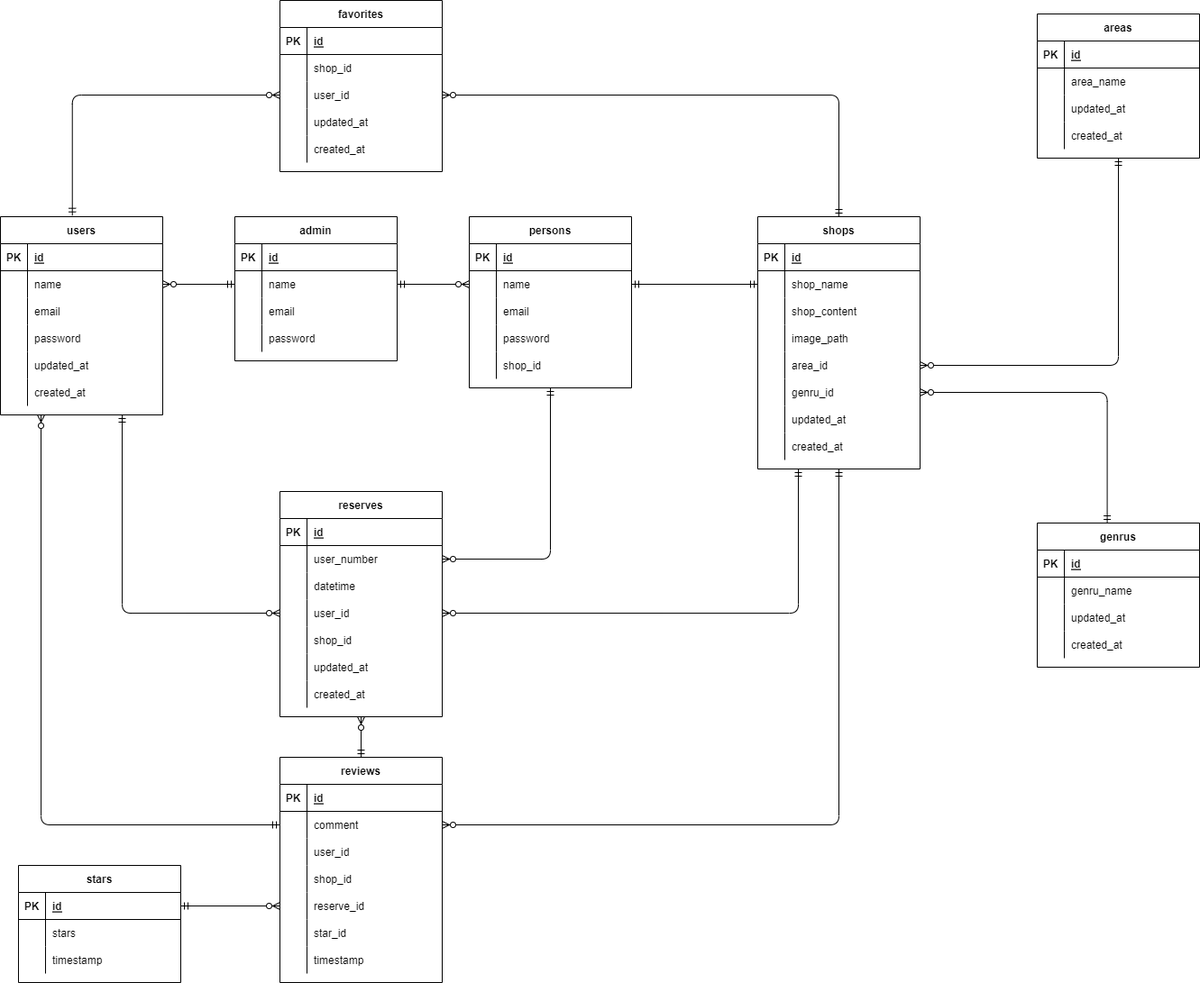
Before: index.drawio.png, a diagram exported from draw.io (tatsumaki0301/Personalpj). Source tidied: cells renumbered, new cells last; positions are measured from the earlier drawing's top-left corner, leaving out a move shared by most shapes.
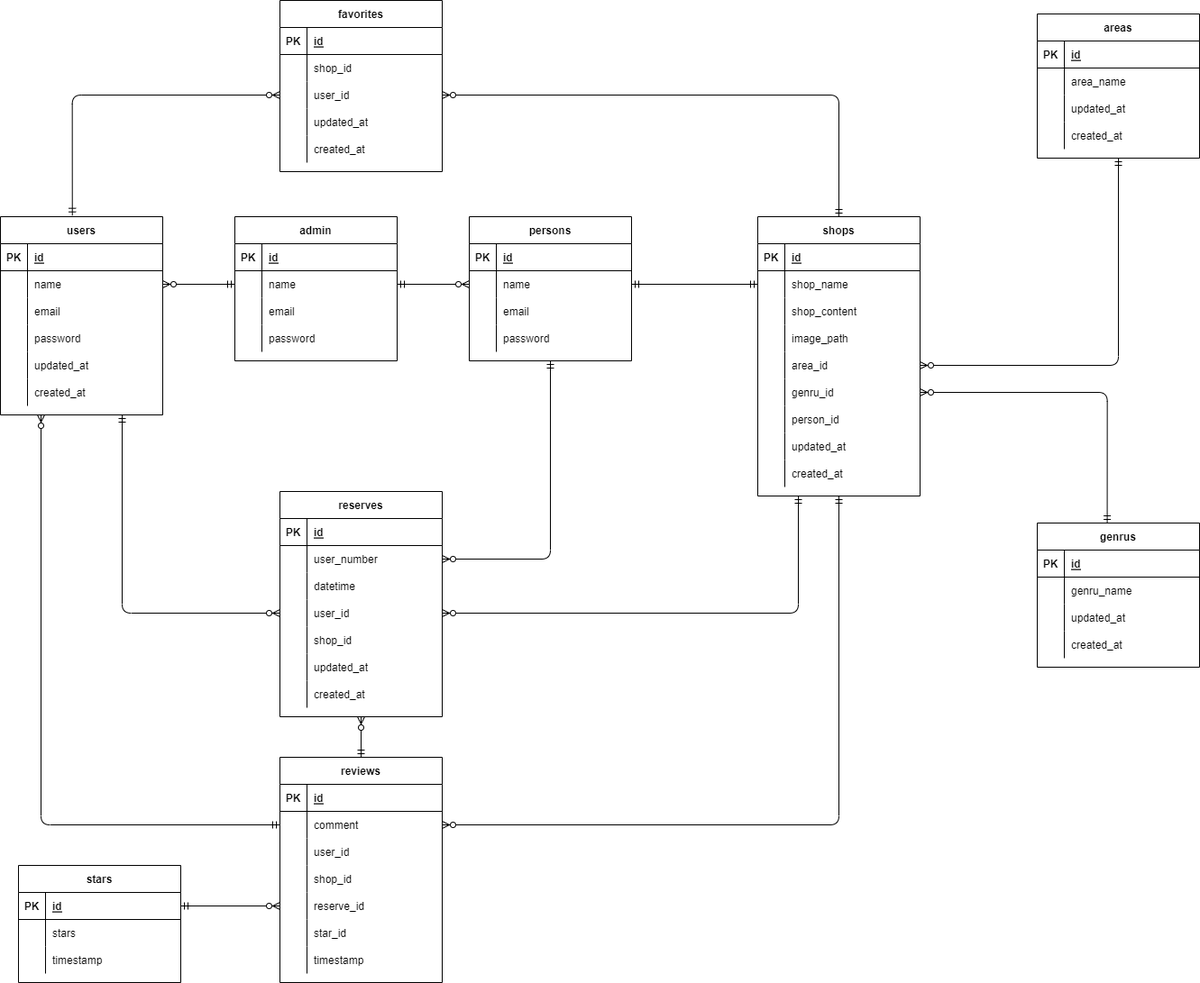
The same diagram one commit later.

The edit, as a diff of the source:
```diff
@@ -60,7 +60,7 @@
       <mxGeometry x="30" width="150" height="30" as="geometry" />
     </mxCell>
     <mxCell id="21" value="shops" style="shape=table;startSize=30;rowLines=0;fontStyle=1;align=center;" parent="1" vertex="1">
-      <mxGeometry x="840" y="240" width="180" height="280" as="geometry" />
+      <mxGeometry x="840" y="240" width="180" height="310" as="geometry" />
     </mxCell>
     <mxCell id="22" style="shape=partialRectangle;fillColor=none;top=0;left=0;bottom=1;right=0;" parent="21" vertex="1">
       <mxGeometry y="30" width="180" height="30" as="geometry" />
@@ -116,8 +116,17 @@
     <mxCell id="39" value="genru_id" style="shape=partialRectangle;fillColor=none;top=0;left=0;bottom=0;right=0;align=left;spacingLeft=6;overflow=hidden;" parent="37" vertex="1">
       <mxGeometry x="30" width="150" height="30" as="geometry" />
     </mxCell>
+    <mxCell id="185" style="shape=partialRectangle;fillColor=none;top=0;left=0;bottom=0;right=0;" parent="21" vertex="1">
+      <mxGeometry y="210" width="180" height="30" as="geometry" />
+    </mxCell>
+    <mxCell id="166" style="shape=partialRectangle;fillColor=none;top=0;left=0;bottom=0;right=0;overflow=hidden;" parent="185" vertex="1">
+      <mxGeometry width="30" height="30" as="geometry" />
+    </mxCell>
+    <mxCell id="186" value="person_id" style="shape=partialRectangle;fillColor=none;top=0;left=0;bottom=0;right=0;align=left;spacingLeft=6;overflow=hidden;" parent="185" vertex="1">
+      <mxGeometry x="30" width="150" height="30" as="geometry" />
+    </mxCell>
     <mxCell id="40" style="shape=partialRectangle;fillColor=none;top=0;left=0;bottom=0;right=0;" parent="21" vertex="1">
-      <mxGeometry y="210" width="180" height="30" as="geometry" />
+      <mxGeometry y="240" width="180" height="30" as="geometry" />
     </mxCell>
     <mxCell id="41" style="shape=partialRectangle;fillColor=none;top=0;left=0;bottom=0;right=0;overflow=hidden;" parent="40" vertex="1">
       <mxGeometry width="30" height="30" as="geometry" />
@@ -126,7 +135,7 @@
       <mxGeometry x="30" width="150" height="30" as="geometry" />
     </mxCell>
     <mxCell id="43" style="shape=partialRectangle;fillColor=none;top=0;left=0;bottom=0;right=0;" parent="21" vertex="1">
-      <mxGeometry y="240" width="180" height="30" as="geometry" />
+      <mxGeometry y="270" width="180" height="30" as="geometry" />
     </mxCell>
     <mxCell id="44" style="shape=partialRectangle;fillColor=none;top=0;left=0;bottom=0;right=0;overflow=hidden;" parent="43" vertex="1">
       <mxGeometry width="30" height="30" as="geometry" />
@@ -457,7 +466,7 @@
       </mxGeometry>
     </mxCell>
     <mxCell id="152" value="persons" style="shape=table;startSize=30;rowLines=0;fontStyle=1;align=center;" parent="1" vertex="1">
-      <mxGeometry x="520" y="240" width="180" height="190" as="geometry" />
+      <mxGeometry x="520" y="240" width="180" height="160" as="geometry" />
     </mxCell>
     <mxCell id="153" style="shape=partialRectangle;fillColor=none;top=0;left=0;bottom=1;right=0;" parent="152" vertex="1">
       <mxGeometry y="30" width="180" height="30" as="geometry" />
@@ -495,15 +504,6 @@
     <mxCell id="164" value="password" style="shape=partialRectangle;fillColor=none;top=0;left=0;bottom=0;right=0;align=left;spacingLeft=6;overflow=hidden;" parent="162" vertex="1">
       <mxGeometry x="30" width="150" height="30" as="geometry" />
     </mxCell>
-    <mxCell id="165" style="shape=partialRectangle;fillColor=none;top=0;left=0;bottom=0;right=0;" parent="152" vertex="1">
-      <mxGeometry y="150" width="180" height="30" as="geometry" />
-    </mxCell>
-    <mxCell id="166" style="shape=partialRectangle;fillColor=none;top=0;left=0;bottom=0;right=0;overflow=hidden;" parent="165" vertex="1">
-      <mxGeometry width="30" height="30" as="geometry" />
-    </mxCell>
-    <mxCell id="167" value="shop_id" style="shape=partialRectangle;fillColor=none;top=0;left=0;bottom=0;right=0;align=left;spacingLeft=6;overflow=hidden;" parent="165" vertex="1">
-      <mxGeometry x="30" width="150" height="30" as="geometry" />
-    </mxCell>
     <mxCell id="168" value="admin" style="shape=table;startSize=30;rowLines=0;fontStyle=1;align=center;" parent="1" vertex="1">
       <mxGeometry x="260" y="240" width="180" height="160" as="geometry" />
     </mxCell>
```
